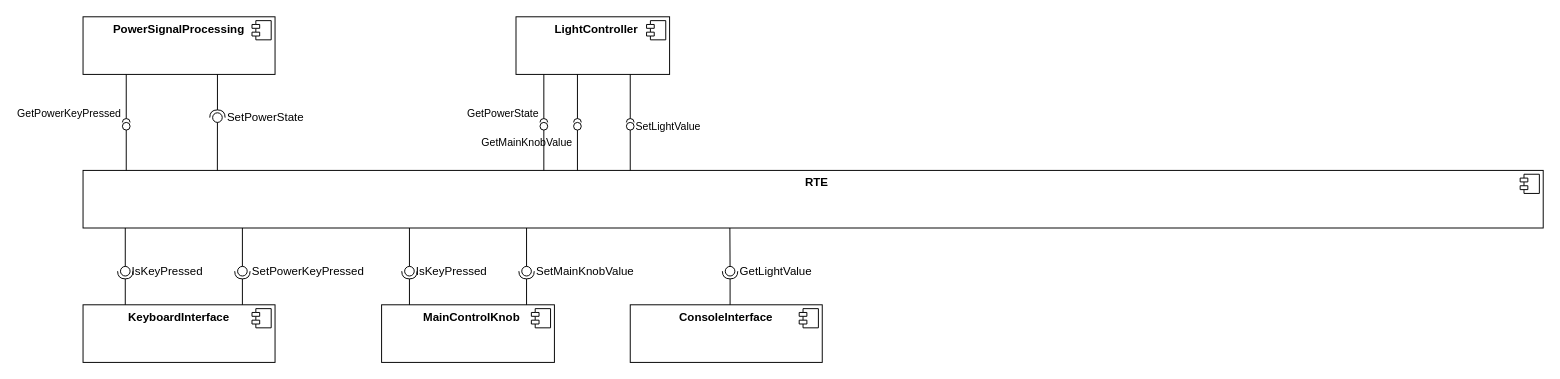
Before: page "SW Architecture" (2 of 2) of doc/common/sw_architecture/_figures/spled.drawio in avengineers/SPLed, a draw.io diagram. Source tidied: cells renumbered, new cells numbered last; positions are measured from the earlier drawing's top-left corner, leaving out a move shared by most shapes. Both pictures are drawn from the tidied source at 96%, with x=0, y=0 at pixel (83, 16).
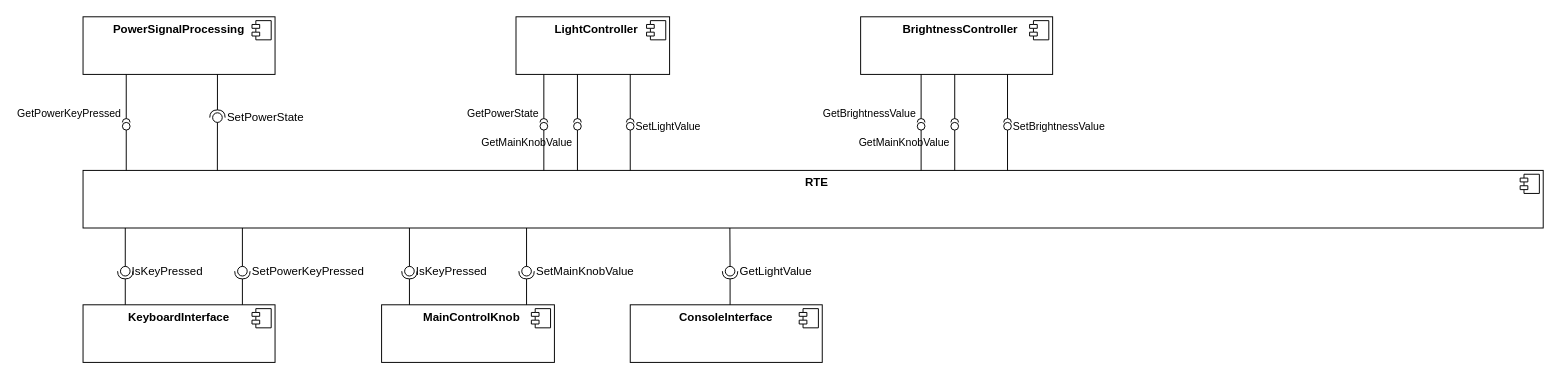
Above is the later version.

Diff of the diagram source:
```diff
@@
+    <mxCell id="44" value="&lt;p style=&quot;margin: 6px 0px 0px;&quot;&gt;&lt;/p&gt;&lt;p style=&quot;margin:0px;margin-left:8px;&quot;&gt;&lt;b&gt;BrightnessController&lt;/b&gt;&lt;/p&gt;" style="align=center;overflow=fill;html=1;whiteSpace=wrap;" parent="1" vertex="1">
+      <mxGeometry x="810" width="200" height="60" as="geometry" />
+    </mxCell>
+    <mxCell id="45" style="shape=component;jettyWidth=8;jettyHeight=4;" parent="44" vertex="1">
+      <mxGeometry x="1" width="20" height="20" relative="1" as="geometry">
+        <mxPoint x="-24" y="4" as="offset" />
+      </mxGeometry>
+    </mxCell>
+    <mxCell id="46" style="endArrow=none;html=1;rounded=0;align=center;verticalAlign=top;endFill=0;labelBackgroundColor=none;endSize=2;exitX=0.13;exitY=-0.002;exitDx=0;exitDy=0;exitPerimeter=0;" parent="1" edge="1" target="47">
+      <mxGeometry relative="1" as="geometry">
+        <mxPoint x="873" y="160" as="sourcePoint" />
+      </mxGeometry>
+    </mxCell>
+    <mxCell id="47" value="GetBrightnessValue" style="ellipse;html=1;fontSize=11;align=right;fillColor=none;points=[];verticalAlign=bottom;labelPosition=left;verticalLabelPosition=top;flipH=1;" parent="1" vertex="1">
+      <mxGeometry x="869" y="110" width="8" height="8" as="geometry" />
+    </mxCell>
+    <mxCell id="48" style="html=1;verticalAlign=bottom;labelBackgroundColor=none;startArrow=halfCircle;startFill=0;startSize=2;endArrow=none;rounded=0;entryX=0.5;entryY=1;entryDx=0;entryDy=0;" parent="1" edge="1">
+      <mxGeometry x="-1" y="3" relative="1" as="geometry">
+        <mxPoint x="873" y="110" as="sourcePoint" />
+        <mxPoint x="873" y="60" as="targetPoint" />
+      </mxGeometry>
+    </mxCell>
+    <mxCell id="49" style="endArrow=none;html=1;rounded=0;align=center;verticalAlign=top;endFill=0;labelBackgroundColor=none;endSize=2;exitX=0.13;exitY=-0.002;exitDx=0;exitDy=0;exitPerimeter=0;" parent="1" edge="1" target="50">
+      <mxGeometry relative="1" as="geometry">
+        <mxPoint x="963" y="160" as="sourcePoint" />
+      </mxGeometry>
+    </mxCell>
+    <mxCell id="50" value="SetBrightnessValue" style="ellipse;html=1;fontSize=11;align=left;fillColor=none;points=[];verticalAlign=middle;labelPosition=right;verticalLabelPosition=middle;flipH=1;" parent="1" vertex="1">
+      <mxGeometry x="959" y="110" width="8" height="8" as="geometry" />
+    </mxCell>
+    <mxCell id="51" style="html=1;verticalAlign=bottom;labelBackgroundColor=none;startArrow=halfCircle;startFill=0;startSize=2;endArrow=none;rounded=0;entryX=0.5;entryY=1;entryDx=0;entryDy=0;" parent="1" edge="1">
+      <mxGeometry x="-1" y="3" relative="1" as="geometry">
+        <mxPoint x="963" y="110" as="sourcePoint" />
+        <mxPoint x="963" y="60" as="targetPoint" />
+      </mxGeometry>
+    </mxCell>
+    <mxCell id="52" style="endArrow=none;html=1;rounded=0;align=center;verticalAlign=top;endFill=0;labelBackgroundColor=none;endSize=2;exitX=0.13;exitY=-0.002;exitDx=0;exitDy=0;exitPerimeter=0;" parent="1" edge="1" target="53">
+      <mxGeometry relative="1" as="geometry">
+        <mxPoint x="908" y="160" as="sourcePoint" />
+      </mxGeometry>
+    </mxCell>
+    <mxCell id="53" value="GetMainKnobValue" style="ellipse;html=1;fontSize=11;align=right;fillColor=none;points=[];verticalAlign=top;labelPosition=left;verticalLabelPosition=bottom;flipH=1;" parent="1" vertex="1">
+      <mxGeometry x="904" y="110" width="8" height="8" as="geometry" />
+    </mxCell>
+    <mxCell id="54" style="html=1;verticalAlign=bottom;labelBackgroundColor=none;startArrow=halfCircle;startFill=0;startSize=2;endArrow=none;rounded=0;entryX=0.5;entryY=1;entryDx=0;entryDy=0;" parent="1" edge="1">
+      <mxGeometry x="-1" y="3" relative="1" as="geometry">
+        <mxPoint x="908" y="110" as="sourcePoint" />
+        <mxPoint x="908" y="60" as="targetPoint" />
+      </mxGeometry>
+    </mxCell>
```
